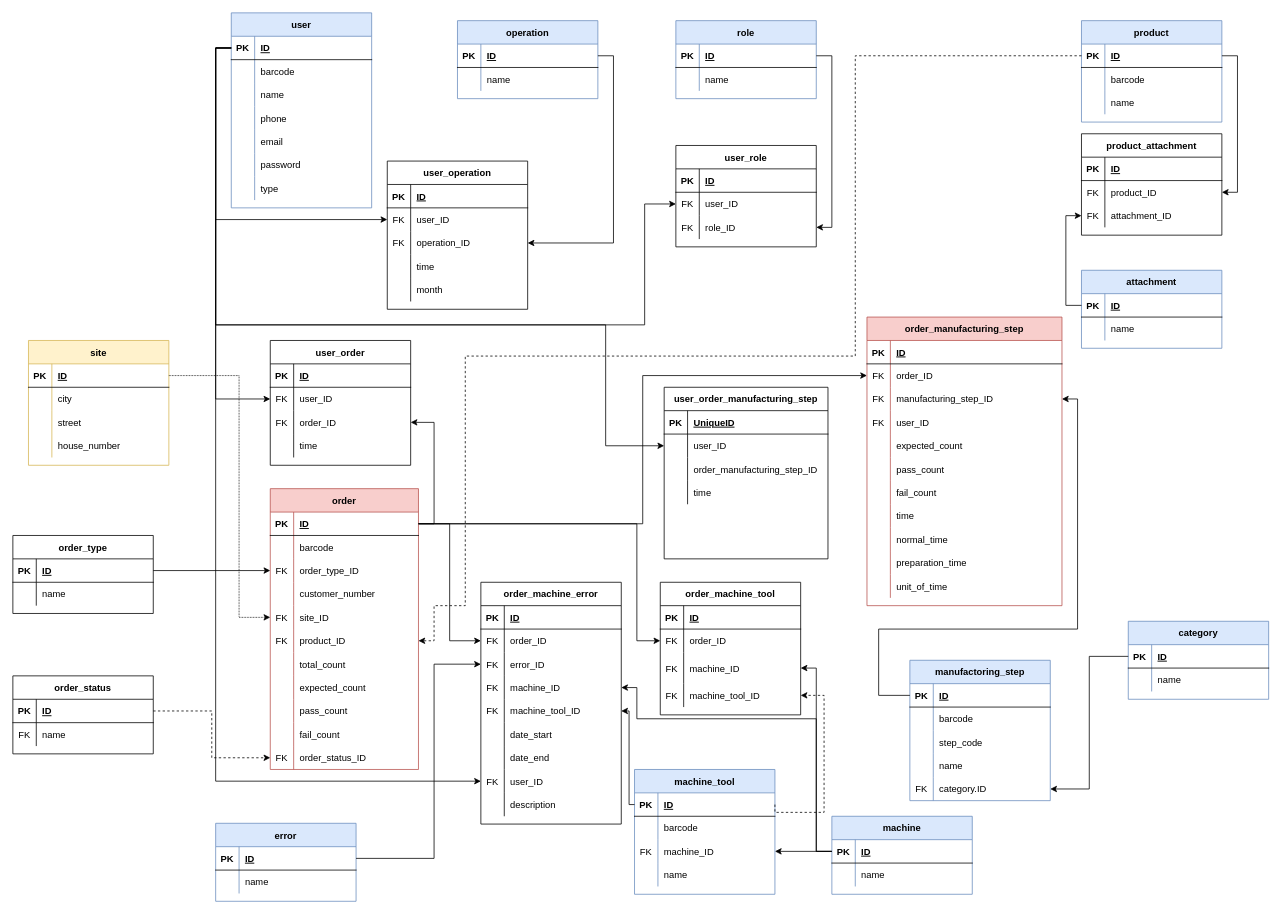
Before: DOC/diagrams/database_plan_2_0_0.drawio in KerteszZoltan/mesterminal, a draw.io diagram. Source tidied: cells renumbered, new cells numbered last; positions are measured from the earlier drawing's top-left corner, leaving out a move shared by most shapes. Both pictures are drawn from the tidied source at 78%, with x=0, y=0 at pixel (12, 12).
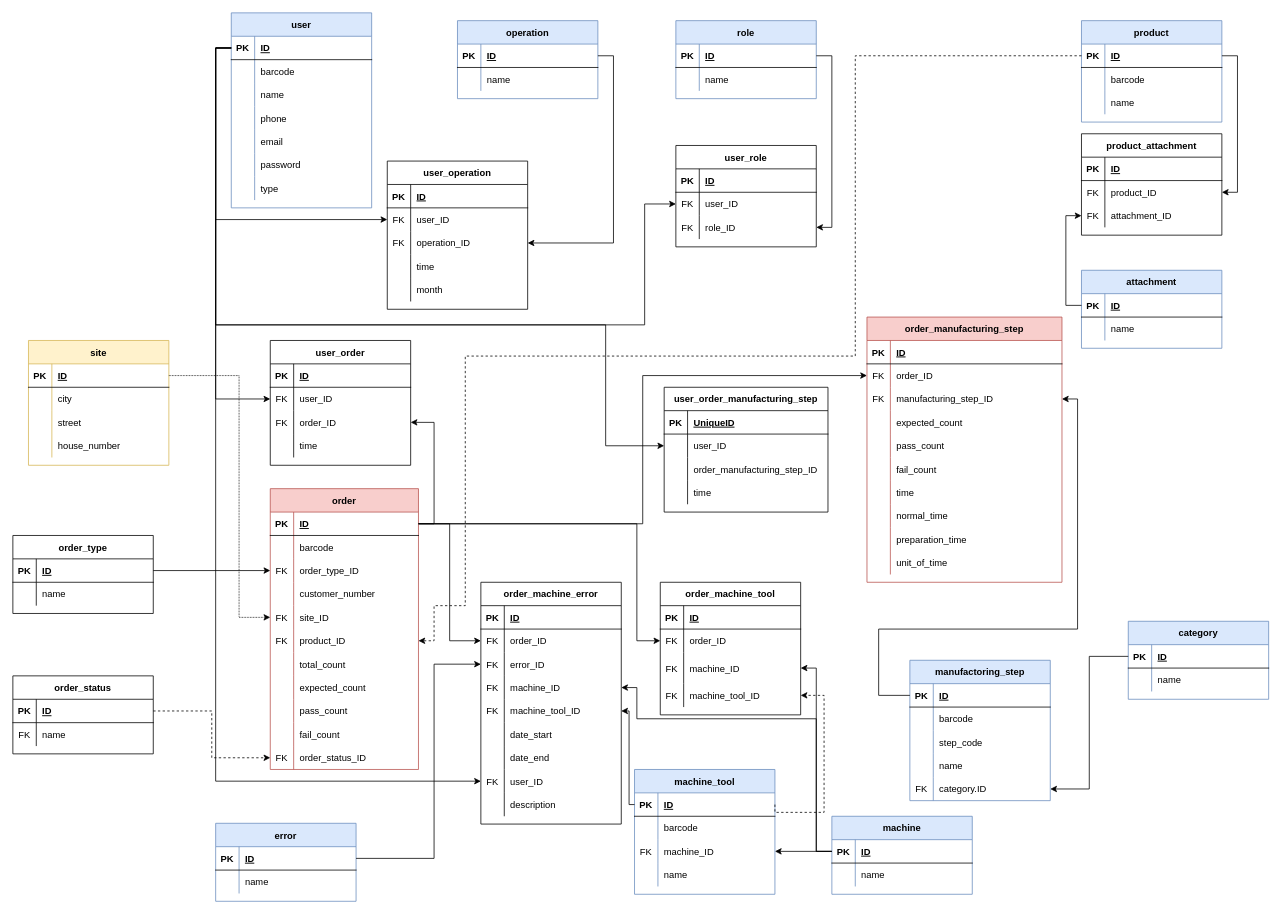
Above is the later version.

Commit message:
user delete from order_manufacturing_step

Diff of the diagram source:
```diff
@@
     <mxCell id="248" value="order_manufacturing_step" style="shape=table;startSize=30;childLayout=tableLayout;rowLines=0;fontStyle=1;align=center;fillColor=#f8cecc;strokeColor=#b85450;" parent="1" vertex="1">
-      <mxGeometry x="1095" y="390" width="250" height="370" as="geometry" />
+      <mxGeometry x="1095" y="390" width="250" height="340" as="geometry" />
     </mxCell>
@@
-    <mxCell id="258" style="shape=partialRectangle;fillColor=none;top=0;left=0;bottom=0;right=0;" parent="248" vertex="1">
-      <mxGeometry y="120" width="250" height="30" as="geometry" />
-    </mxCell>
-    <mxCell id="259" value="FK" style="shape=partialRectangle;fillColor=none;top=0;left=0;bottom=0;right=0;overflow=hidden;" parent="258" vertex="1">
-      <mxGeometry width="30" height="30" as="geometry" />
-    </mxCell>
-    <mxCell id="260" value="user_ID" style="shape=partialRectangle;fillColor=none;top=0;left=0;bottom=0;right=0;align=left;spacingLeft=6;overflow=hidden;" parent="258" vertex="1">
-      <mxGeometry x="30" width="220" height="30" as="geometry" />
-    </mxCell>
     <mxCell id="261" style="shape=partialRectangle;fillColor=none;top=0;left=0;bottom=0;right=0;" parent="248" vertex="1">
-      <mxGeometry y="150" width="250" height="30" as="geometry" />
+      <mxGeometry y="120" width="250" height="30" as="geometry" />
     </mxCell>
@@
     <mxCell id="264" style="shape=partialRectangle;fillColor=none;top=0;left=0;bottom=0;right=0;" parent="248" vertex="1">
-      <mxGeometry y="180" width="250" height="30" as="geometry" />
+      <mxGeometry y="150" width="250" height="30" as="geometry" />
     </mxCell>
@@
     <mxCell id="267" style="shape=partialRectangle;fillColor=none;top=0;left=0;bottom=0;right=0;" parent="248" vertex="1">
-      <mxGeometry y="210" width="250" height="30" as="geometry" />
+      <mxGeometry y="180" width="250" height="30" as="geometry" />
     </mxCell>
@@
     <mxCell id="270" style="shape=partialRectangle;fillColor=none;top=0;left=0;bottom=0;right=0;" parent="248" vertex="1">
-      <mxGeometry y="240" width="250" height="30" as="geometry" />
+      <mxGeometry y="210" width="250" height="30" as="geometry" />
     </mxCell>
@@
     <mxCell id="273" style="shape=partialRectangle;fillColor=none;top=0;left=0;bottom=0;right=0;" parent="248" vertex="1">
-      <mxGeometry y="270" width="250" height="30" as="geometry" />
+      <mxGeometry y="240" width="250" height="30" as="geometry" />
     </mxCell>
@@
     <mxCell id="276" style="shape=partialRectangle;fillColor=none;top=0;left=0;bottom=0;right=0;" parent="248" vertex="1">
-      <mxGeometry y="300" width="250" height="30" as="geometry" />
+      <mxGeometry y="270" width="250" height="30" as="geometry" />
     </mxCell>
@@
     <mxCell id="279" style="shape=partialRectangle;fillColor=none;top=0;left=0;bottom=0;right=0;" parent="248" vertex="1">
-      <mxGeometry y="330" width="250" height="30" as="geometry" />
+      <mxGeometry y="300" width="250" height="30" as="geometry" />
     </mxCell>
@@
     <mxCell id="315" value="user_order_manufacturing_step" style="shape=table;startSize=30;childLayout=tableLayout;rowLines=0;fontStyle=1;align=center;" parent="1" vertex="1">
-      <mxGeometry x="835" y="480" width="210" height="220" as="geometry" />
+      <mxGeometry x="835" y="480" width="210" height="160" as="geometry" />
     </mxCell>
```
